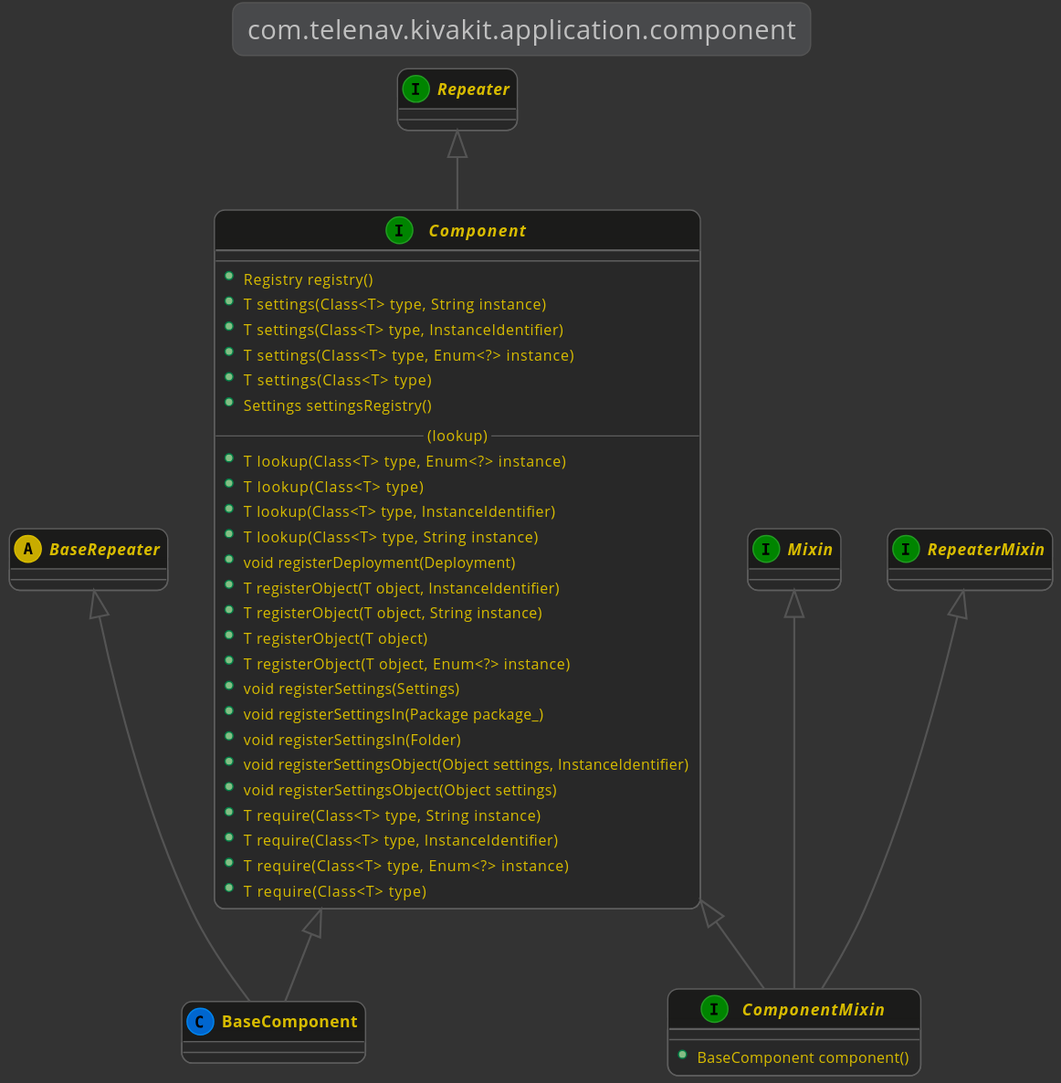
This is uml/com.telenav.kivakit.application.component.svg from jonathanlocke/jonathanlocke.github.io, a PlantUML export, as it was before one commit. Its diagram source:
```plantuml
@startuml

    !include lexakai.theme

    title "com.telenav.kivakit.application.component"

    abstract BaseRepeater

    interface Component

    BaseRepeater <|-- BaseComponent
    Component <|-- BaseComponent
    class BaseComponent
    {
    }

    interface Repeater
    Repeater <|-- Component
    interface Component
    {
        --
        +Registry registry()
        +T settings(Class<T> type, String instance)
        +T settings(Class<T> type, InstanceIdentifier)
        +T settings(Class<T> type, Enum<?> instance)
        +T settings(Class<T> type)
        +Settings settingsRegistry()
        --(lookup)--
        +T lookup(Class<T> type, Enum<?> instance)
        +T lookup(Class<T> type)
        +T lookup(Class<T> type, InstanceIdentifier)
        +T lookup(Class<T> type, String instance)
        +void registerDeployment(Deployment)
        +T registerObject(T object, InstanceIdentifier)
        +T registerObject(T object, String instance)
        +T registerObject(T object)
        +T registerObject(T object, Enum<?> instance)
        +void registerSettings(Settings)
        +void registerSettingsIn(Package package_)
        +void registerSettingsIn(Folder)
        +void registerSettingsObject(Object settings, InstanceIdentifier)
        +void registerSettingsObject(Object settings)
        +T require(Class<T> type, String instance)
        +T require(Class<T> type, InstanceIdentifier)
        +T require(Class<T> type, Enum<?> instance)
        +T require(Class<T> type)
    }

    interface Component
    interface Mixin
    interface RepeaterMixin
    Component <|-- ComponentMixin
    Mixin <|-- ComponentMixin
    RepeaterMixin <|-- ComponentMixin
    interface ComponentMixin
    {
        --
        +BaseComponent component()
    }

@enduml
```
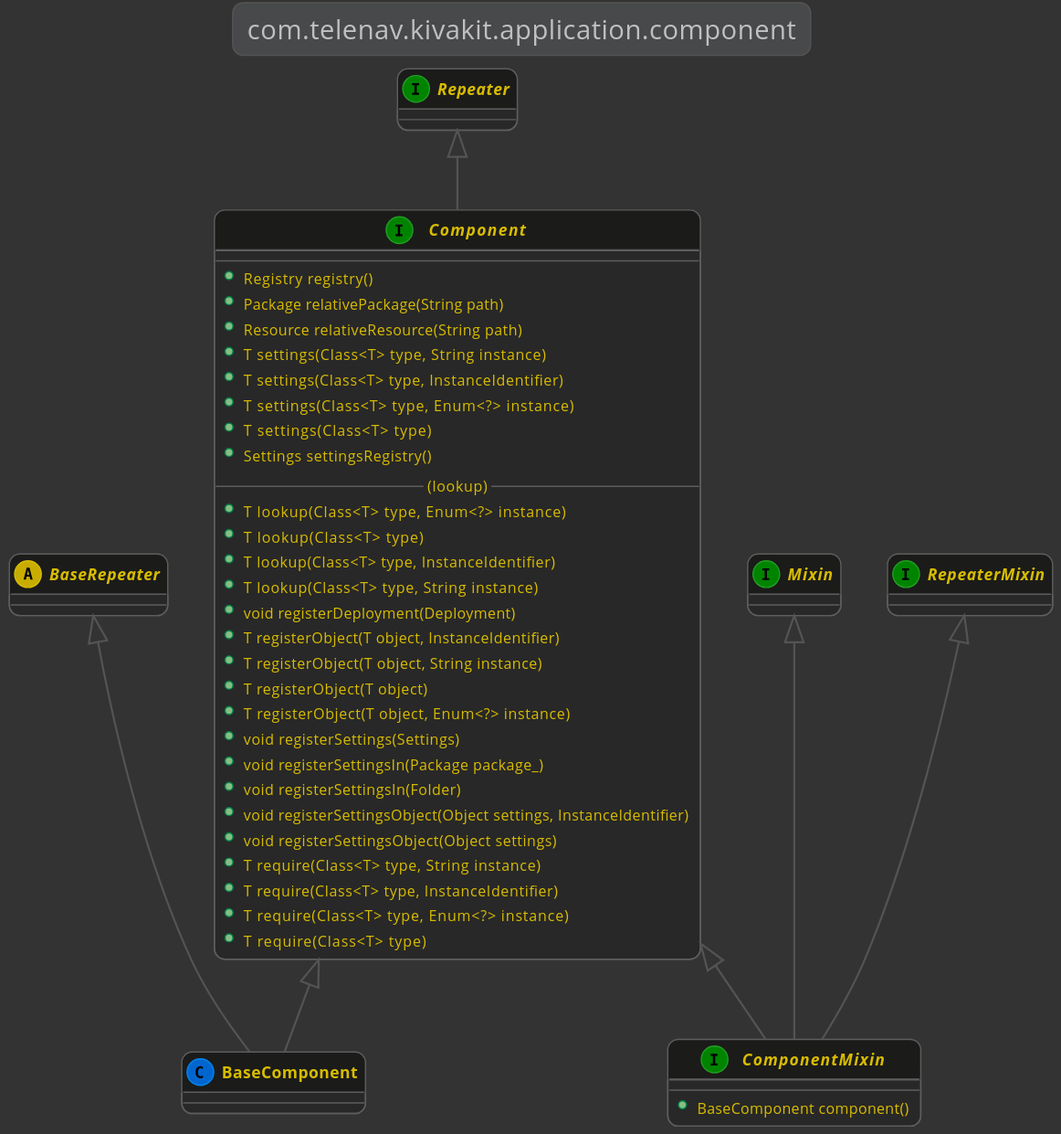
Above is the later version.

What changed in the source:
```diff
@@ -20,6 +20,8 @@
     {
         --
         +Registry registry()
+        +Package relativePackage(String path)
+        +Resource relativeResource(String path)
         +T settings(Class<T> type, String instance)
         +T settings(Class<T> type, InstanceIdentifier)
         +T settings(Class<T> type, Enum<?> instance)
```
